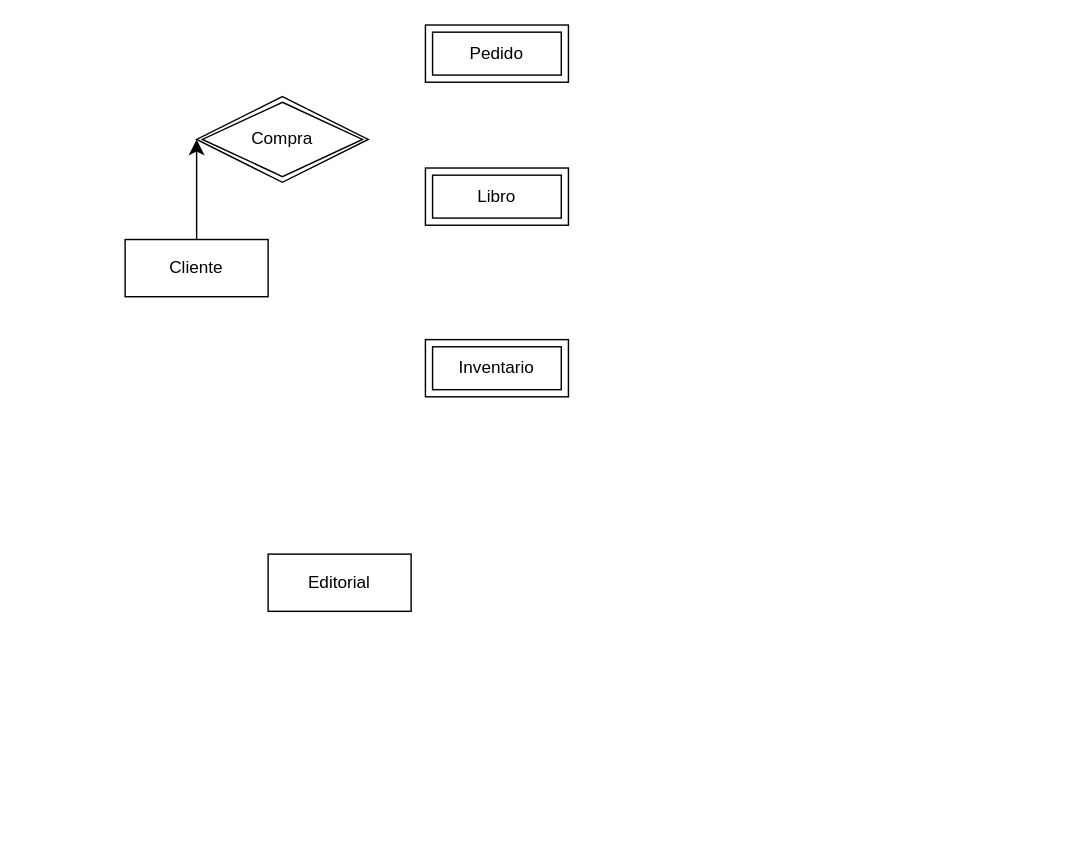
Earlier version of the draw.io diagram Entidad-Relacion.drawio (LejImkoaj/modelado-bases-de-datos). Source tidied: cells renumbered, new cells numbered last; positions are measured from the earlier drawing's top-left corner, leaving out a move shared by most shapes. Both pictures are drawn from the tidied source at 143%, with x=0, y=0 at pixel (124, 24).
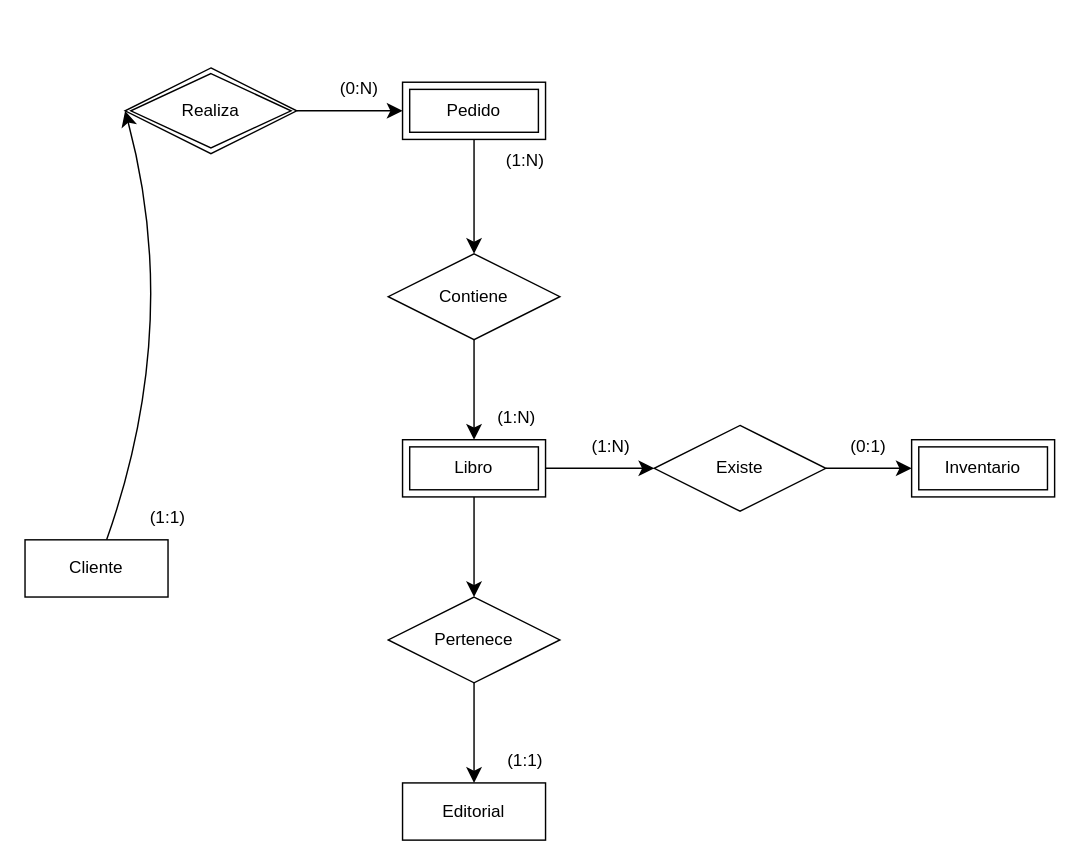
After the change.

What changed in the source:
```diff
@@
     <mxCell id="2" style="edgeStyle=none;curved=1;rounded=0;jettySize=auto;html=1;entryX=0;entryY=0.5;entryDx=0;entryDy=0;fontSize=12;startSize=8;endSize=8;" parent="1" edge="1" source="3" target="8">
-      <mxGeometry relative="1" as="geometry" />
+      <mxGeometry relative="1" as="geometry">
+        <Array as="points">
+          <mxPoint x="40" y="210" />
+        </Array>
+      </mxGeometry>
     </mxCell>
     <mxCell id="3" value="Cliente" style="whiteSpace=wrap;html=1;align=center;" parent="1" vertex="1">
-      <mxGeometry y="150" width="100" height="40" as="geometry" />
+      <mxGeometry x="-70" y="360" width="100" height="40" as="geometry" />
     </mxCell>
+    <mxCell id="9" style="edgeStyle=none;curved=1;rounded=0;jettySize=auto;html=1;exitX=0.5;exitY=1;exitDx=0;exitDy=0;fontSize=12;startSize=8;endSize=8;" parent="1" edge="1" source="4" target="16">
+      <mxGeometry relative="1" as="geometry" />
+    </mxCell>
     <mxCell id="4" value="Pedido" style="shape=ext;margin=3;double=1;whiteSpace=wrap;html=1;align=center;" parent="1" vertex="1">
-      <mxGeometry x="210" width="100" height="40" as="geometry" />
+      <mxGeometry x="194" y="40" width="100" height="40" as="geometry" />
     </mxCell>
     <mxCell id="5" value="Editorial" style="whiteSpace=wrap;html=1;align=center;" parent="1" vertex="1">
-      <mxGeometry x="100" y="370" width="100" height="40" as="geometry" />
+      <mxGeometry x="194" y="530" width="100" height="40" as="geometry" />
     </mxCell>
+    <mxCell id="10" style="edgeStyle=none;curved=1;rounded=0;jettySize=auto;html=1;exitX=0.5;exitY=1;exitDx=0;exitDy=0;entryX=0.5;entryY=0;entryDx=0;entryDy=0;fontSize=12;startSize=8;endSize=8;" parent="1" edge="1" source="6" target="20">
+      <mxGeometry relative="1" as="geometry" />
+    </mxCell>
+    <mxCell id="11" style="edgeStyle=none;curved=1;rounded=0;jettySize=auto;html=1;exitX=1;exitY=0.5;exitDx=0;exitDy=0;entryX=0;entryY=0.5;entryDx=0;entryDy=0;fontSize=12;startSize=8;endSize=8;" parent="1" edge="1" source="6" target="23">
+      <mxGeometry relative="1" as="geometry" />
+    </mxCell>
     <mxCell id="6" value="Libro" style="shape=ext;margin=3;double=1;whiteSpace=wrap;html=1;align=center;" parent="1" vertex="1">
-      <mxGeometry x="210" y="100" width="100" height="40" as="geometry" />
+      <mxGeometry x="194" y="290" width="100" height="40" as="geometry" />
     </mxCell>
     <mxCell id="7" value="Inventario" style="shape=ext;margin=3;double=1;whiteSpace=wrap;html=1;align=center;" parent="1" vertex="1">
-      <mxGeometry x="210" y="220" width="100" height="40" as="geometry" />
+      <mxGeometry x="550" y="290" width="100" height="40" as="geometry" />
     </mxCell>
+    <mxCell id="12" style="edgeStyle=none;curved=1;rounded=0;jettySize=auto;html=1;exitX=1;exitY=0.5;exitDx=0;exitDy=0;entryX=0;entryY=0.5;entryDx=0;entryDy=0;fontSize=12;startSize=8;endSize=8;" parent="1" edge="1" source="8" target="4">
+      <mxGeometry relative="1" as="geometry" />
+    </mxCell>
-    <mxCell id="8" value="Compra" style="shape=rhombus;double=1;perimeter=rhombusPerimeter;whiteSpace=wrap;html=1;align=center;" parent="1" vertex="1">
-      <mxGeometry x="50" y="50" width="120" height="60" as="geometry" />
+    <mxCell id="8" value="Realiza" style="shape=rhombus;double=1;perimeter=rhombusPerimeter;whiteSpace=wrap;html=1;align=center;" parent="1" vertex="1">
+      <mxGeometry y="30" width="120" height="60" as="geometry" />
     </mxCell>
+    <mxCell id="13" value="(1:1)" style="text;html=1;whiteSpace=wrap;strokeColor=none;fillColor=none;align=center;verticalAlign=middle;rounded=0;" parent="1" vertex="1">
+      <mxGeometry y="330" width="60" height="30" as="geometry" />
+    </mxCell>
+    <mxCell id="14" value="(0:N)" style="text;html=1;whiteSpace=wrap;strokeColor=none;fillColor=none;align=center;verticalAlign=middle;rounded=0;" parent="1" vertex="1">
+      <mxGeometry x="134" y="30" width="60" height="30" as="geometry" />
+    </mxCell>
+    <mxCell id="15" style="edgeStyle=none;curved=1;rounded=0;jettySize=auto;html=1;exitX=0.5;exitY=1;exitDx=0;exitDy=0;entryX=0.5;entryY=0;entryDx=0;entryDy=0;fontSize=12;startSize=8;endSize=8;" parent="1" edge="1" source="16" target="6">
+      <mxGeometry relative="1" as="geometry" />
+    </mxCell>
+    <mxCell id="16" value="Contiene" style="shape=rhombus;perimeter=rhombusPerimeter;whiteSpace=wrap;html=1;align=center;" parent="1" vertex="1">
+      <mxGeometry x="184" y="160" width="120" height="60" as="geometry" />
+    </mxCell>
+    <mxCell id="17" value="(1:N)" style="text;html=1;whiteSpace=wrap;strokeColor=none;fillColor=none;align=center;verticalAlign=middle;rounded=0;" parent="1" vertex="1">
+      <mxGeometry x="250" y="80" width="60" height="30" as="geometry" />
+    </mxCell>
+    <mxCell id="18" value="(1:N)" style="text;html=1;whiteSpace=wrap;strokeColor=none;fillColor=none;align=center;verticalAlign=middle;rounded=0;" parent="1" vertex="1">
+      <mxGeometry x="244" y="260" width="60" height="30" as="geometry" />
+    </mxCell>
+    <mxCell id="19" style="edgeStyle=none;curved=1;rounded=0;jettySize=auto;html=1;exitX=0.5;exitY=1;exitDx=0;exitDy=0;entryX=0.5;entryY=0;entryDx=0;entryDy=0;fontSize=12;startSize=8;endSize=8;" parent="1" edge="1" source="20" target="5">
+      <mxGeometry relative="1" as="geometry" />
+    </mxCell>
+    <mxCell id="20" value="Pertenece" style="shape=rhombus;perimeter=rhombusPerimeter;whiteSpace=wrap;html=1;align=center;" parent="1" vertex="1">
+      <mxGeometry x="184" y="400" width="120" height="60" as="geometry" />
+    </mxCell>
+    <mxCell id="21" value="(1:1)" style="text;html=1;whiteSpace=wrap;strokeColor=none;fillColor=none;align=center;verticalAlign=middle;rounded=0;" parent="1" vertex="1">
+      <mxGeometry x="250" y="500" width="60" height="30" as="geometry" />
+    </mxCell>
+    <mxCell id="22" style="edgeStyle=none;curved=1;rounded=0;jettySize=auto;html=1;entryX=0;entryY=0.5;entryDx=0;entryDy=0;fontSize=12;startSize=8;endSize=8;" parent="1" edge="1" source="23" target="7">
+      <mxGeometry relative="1" as="geometry" />
+    </mxCell>
+    <mxCell id="23" value="Existe" style="shape=rhombus;perimeter=rhombusPerimeter;whiteSpace=wrap;html=1;align=center;" parent="1" vertex="1">
+      <mxGeometry x="370" y="280" width="120" height="60" as="geometry" />
+    </mxCell>
+    <mxCell id="24" value="(1:N)" style="text;html=1;whiteSpace=wrap;strokeColor=none;fillColor=none;align=center;verticalAlign=middle;rounded=0;" parent="1" vertex="1">
+      <mxGeometry x="310" y="280" width="60" height="30" as="geometry" />
+    </mxCell>
+    <mxCell id="25" value="(0:1)" style="text;html=1;whiteSpace=wrap;strokeColor=none;fillColor=none;align=center;verticalAlign=middle;rounded=0;" parent="1" vertex="1">
+      <mxGeometry x="490" y="280" width="60" height="30" as="geometry" />
+    </mxCell>
```
